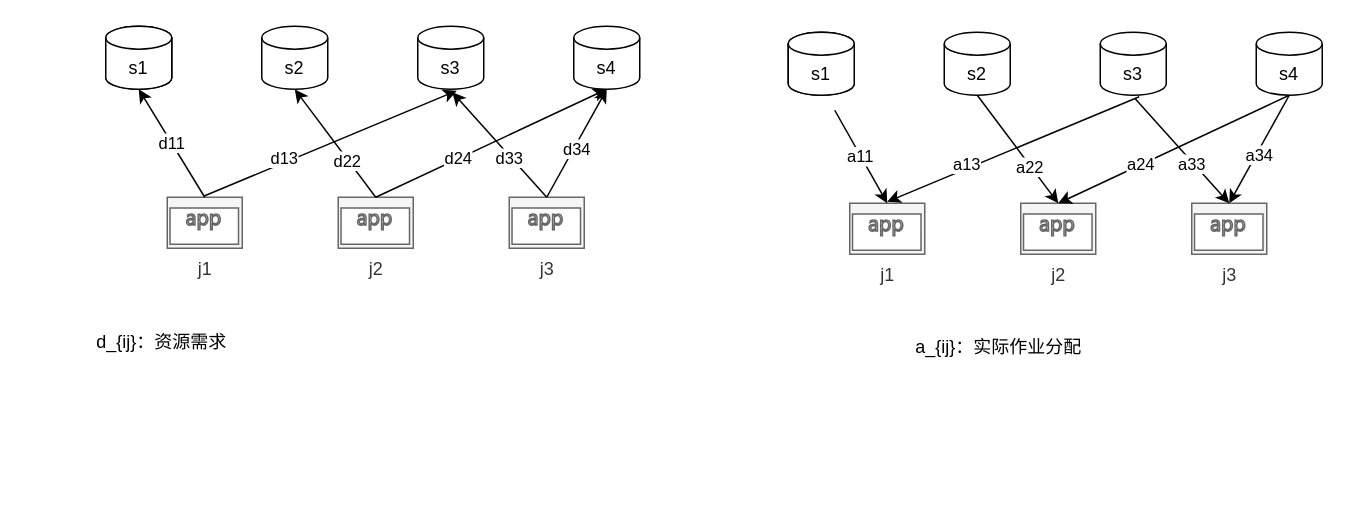
Before: page "max-min" (12 of 12) of DRL.drawio in zhangluting123/drawio, a draw.io diagram. Source tidied: cells renumbered, new cells numbered last; positions are measured from the earlier drawing's top-left corner, leaving out a move shared by most shapes. Both pictures are drawn from the tidied source at 150%, with x=0, y=0 at pixel (26, 26).
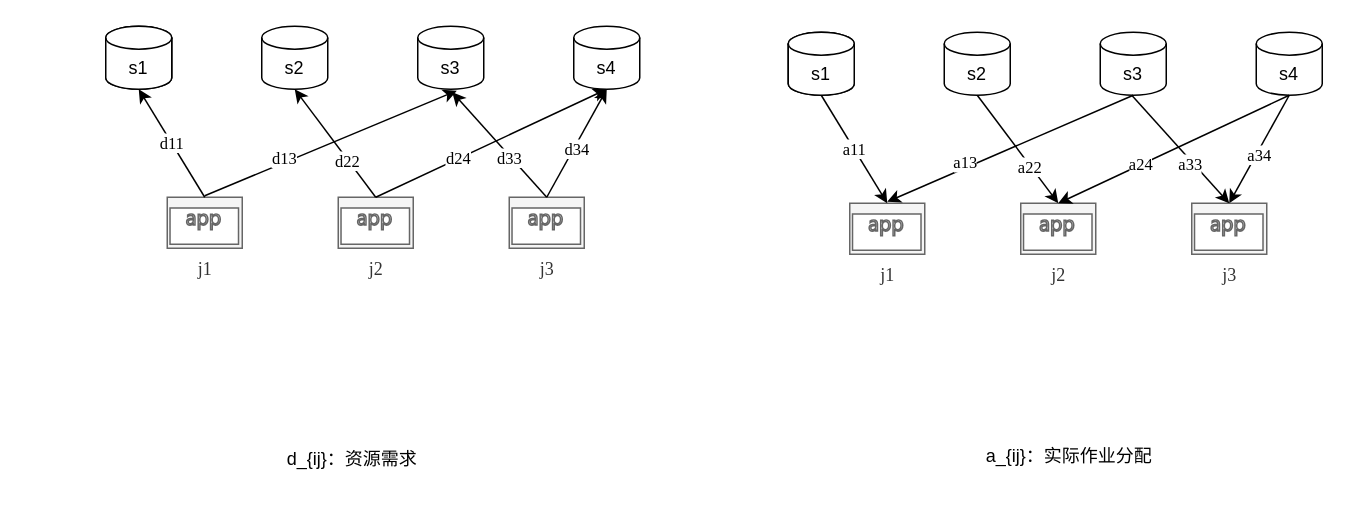
The same diagram, later.

The change refers to these unchanged cells:
```xml
<mxCell id="3" value="s1" style="shape=cylinder3;whiteSpace=wrap;html=1;boundedLbl=1;backgroundOutline=1;size=7.641334533691406;" parent="1" vertex="1">
  <mxGeometry x="53" width="44" height="42" as="geometry" />
</mxCell>
<mxCell id="6" value="s4" style="shape=cylinder3;whiteSpace=wrap;html=1;boundedLbl=1;backgroundOutline=1;size=7.641334533691406;" parent="1" vertex="1">
  <mxGeometry x="365" width="44" height="42" as="geometry" />
</mxCell>
<mxCell id="11" style="endArrow=classic;html=1;rounded=0;entryX=0.5;entryY=1;entryDx=0;entryDy=0;entryPerimeter=0;exitX=0.5;exitY=0;exitDx=0;exitDy=0;exitPerimeter=0;" parent="1" edge="1" source="8" target="4">
  <mxGeometry relative="1" as="geometry" />
</mxCell>
<mxCell id="15" style="endArrow=classic;html=1;rounded=0;entryX=0.5;entryY=1;entryDx=0;entryDy=0;entryPerimeter=0;exitX=0.5;exitY=0;exitDx=0;exitDy=0;exitPerimeter=0;" parent="1" edge="1" source="8" target="6">
  <mxGeometry relative="1" as="geometry" />
</mxCell>
<mxCell id="17" style="endArrow=classic;html=1;rounded=0;exitX=0.5;exitY=0;exitDx=0;exitDy=0;exitPerimeter=0;" parent="1" edge="1" source="9">
  <mxGeometry relative="1" as="geometry">
    <mxPoint x="284" y="44" as="targetPoint" />
  </mxGeometry>
</mxCell>
<mxCell id="23" value="s1" style="shape=cylinder3;whiteSpace=wrap;html=1;boundedLbl=1;backgroundOutline=1;size=7.641334533691406;" parent="1" vertex="1">
  <mxGeometry x="508" y="4" width="44" height="42" as="geometry" />
</mxCell>
<mxCell id="25" value="s3" style="shape=cylinder3;whiteSpace=wrap;html=1;boundedLbl=1;backgroundOutline=1;size=7.641334533691406;" parent="1" vertex="1">
  <mxGeometry x="716" y="4" width="44" height="42" as="geometry" />
</mxCell>
<mxCell id="26" value="s4" style="shape=cylinder3;whiteSpace=wrap;html=1;boundedLbl=1;backgroundOutline=1;size=7.641334533691406;" parent="1" vertex="1">
  <mxGeometry x="820" y="4" width="44" height="42" as="geometry" />
</mxCell>
<mxCell id="31" style="endArrow=none;html=1;rounded=0;entryX=0.5;entryY=1;entryDx=0;entryDy=0;entryPerimeter=0;exitX=0.5;exitY=0;exitDx=0;exitDy=0;exitPerimeter=0;startArrow=classic;startFill=1;endFill=0;" parent="1" edge="1" source="28" target="24">
  <mxGeometry relative="1" as="geometry" />
</mxCell>
<mxCell id="35" style="endArrow=none;html=1;rounded=0;entryX=0.5;entryY=1;entryDx=0;entryDy=0;entryPerimeter=0;exitX=0.5;exitY=0;exitDx=0;exitDy=0;exitPerimeter=0;startArrow=classic;startFill=1;endFill=0;" parent="1" edge="1" source="28" target="26">
  <mxGeometry relative="1" as="geometry" />
</mxCell>
```

What changed in the source:
```diff
@@
-    <mxCell id="7" value="j1" style="sketch=0;shadow=0;dashed=0;html=1;labelPosition=center;verticalLabelPosition=bottom;verticalAlign=top;align=center;shape=mxgraph.mscae.enterprise.application;fillColor=#f5f5f5;fontColor=#333333;strokeColor=#666666;" parent="1" vertex="1">
+    <mxCell id="7" value="j1" style="sketch=0;shadow=0;dashed=0;html=1;labelPosition=center;verticalLabelPosition=bottom;verticalAlign=top;align=center;shape=mxgraph.mscae.enterprise.application;fillColor=#f5f5f5;fontColor=#333333;strokeColor=#666666;fontFamily=Times New Roman;" parent="1" vertex="1">
       <mxGeometry x="94" y="114" width="50" height="34" as="geometry" />
     </mxCell>
-    <mxCell id="8" value="j2" style="sketch=0;shadow=0;dashed=0;html=1;labelPosition=center;verticalLabelPosition=bottom;verticalAlign=top;align=center;shape=mxgraph.mscae.enterprise.application;fillColor=#f5f5f5;fontColor=#333333;strokeColor=#666666;" parent="1" vertex="1">
+    <mxCell id="8" value="j2" style="sketch=0;shadow=0;dashed=0;html=1;labelPosition=center;verticalLabelPosition=bottom;verticalAlign=top;align=center;shape=mxgraph.mscae.enterprise.application;fillColor=#f5f5f5;fontColor=#333333;strokeColor=#666666;fontFamily=Times New Roman;" parent="1" vertex="1">
       <mxGeometry x="208" y="114" width="50" height="34" as="geometry" />
     </mxCell>
-    <mxCell id="9" value="j3" style="sketch=0;shadow=0;dashed=0;html=1;labelPosition=center;verticalLabelPosition=bottom;verticalAlign=top;align=center;shape=mxgraph.mscae.enterprise.application;fillColor=#f5f5f5;fontColor=#333333;strokeColor=#666666;" parent="1" vertex="1">
+    <mxCell id="9" value="j3" style="sketch=0;shadow=0;dashed=0;html=1;labelPosition=center;verticalLabelPosition=bottom;verticalAlign=top;align=center;shape=mxgraph.mscae.enterprise.application;fillColor=#f5f5f5;fontColor=#333333;strokeColor=#666666;fontFamily=Times New Roman;" parent="1" vertex="1">
       <mxGeometry x="322" y="114" width="50" height="34" as="geometry" />
     </mxCell>
-    <mxCell id="10" value="d11" style="endArrow=classic;html=1;rounded=0;entryX=0.5;entryY=1;entryDx=0;entryDy=0;entryPerimeter=0;exitX=0.5;exitY=0;exitDx=0;exitDy=0;exitPerimeter=0;" parent="1" edge="1" source="7" target="3">
+    <mxCell id="10" value="d11" style="endArrow=classic;html=1;rounded=0;entryX=0.5;entryY=1;entryDx=0;entryDy=0;entryPerimeter=0;exitX=0.5;exitY=0;exitDx=0;exitDy=0;exitPerimeter=0;fontFamily=Times New Roman;" parent="1" edge="1" source="7" target="3">
       <mxGeometry relative="1" as="geometry" />
     </mxCell>
@@
-    <mxCell id="12" value="d22" style="edgeLabel;html=1;align=center;verticalAlign=middle;" parent="11" vertex="1">
+    <mxCell id="12" value="d22" style="edgeLabel;html=1;align=center;verticalAlign=middle;fontFamily=Times New Roman;" parent="11" vertex="1">
       <mxGeometry x="-0.31" y="1" relative="1" as="geometry" />
     </mxCell>
-    <mxCell id="13" style="endArrow=classic;html=1;rounded=0;" parent="1" edge="1">
+    <mxCell id="13" style="endArrow=classic;html=1;rounded=0;fontFamily=Comic Sans MS;" parent="1" edge="1">
       <mxGeometry relative="1" as="geometry">
         <mxPoint x="119" y="113" as="sourcePoint" />
         <mxPoint x="287" y="43" as="targetPoint" />
       </mxGeometry>
     </mxCell>
-    <mxCell id="14" value="d13" style="edgeLabel;html=1;align=center;verticalAlign=middle;" parent="13" vertex="1">
+    <mxCell id="14" value="d13" style="edgeLabel;html=1;align=center;verticalAlign=middle;fontFamily=Times New Roman;" parent="13" vertex="1">
       <mxGeometry x="-0.43" y="1" relative="1" as="geometry">
         <mxPoint x="5" y="-5" as="offset" />
       </mxGeometry>
     </mxCell>
@@
-    <mxCell id="16" value="d24" style="edgeLabel;html=1;align=center;verticalAlign=middle;" parent="15" vertex="1">
+    <mxCell id="16" value="d24" style="edgeLabel;html=1;align=center;verticalAlign=middle;fontFamily=Times New Roman;" parent="15" vertex="1">
       <mxGeometry x="-0.37" y="2" relative="1" as="geometry">
         <mxPoint x="6" y="-2" as="offset" />
       </mxGeometry>
     </mxCell>
@@
-    <mxCell id="18" value="d33" style="edgeLabel;html=1;align=center;verticalAlign=middle;" parent="17" vertex="1">
+    <mxCell id="18" value="d33" style="edgeLabel;html=1;align=center;verticalAlign=middle;fontFamily=Times New Roman;" parent="17" vertex="1">
       <mxGeometry x="-0.23" y="1" relative="1" as="geometry">
         <mxPoint x="-1" as="offset" />
       </mxGeometry>
     </mxCell>
-    <mxCell id="19" value="d34" style="endArrow=classic;html=1;rounded=0;entryX=0.5;entryY=1;entryDx=0;entryDy=0;entryPerimeter=0;exitX=0.5;exitY=0;exitDx=0;exitDy=0;exitPerimeter=0;" parent="1" edge="1" source="9" target="6">
+    <mxCell id="19" value="d34" style="endArrow=classic;html=1;rounded=0;entryX=0.5;entryY=1;entryDx=0;entryDy=0;entryPerimeter=0;exitX=0.5;exitY=0;exitDx=0;exitDy=0;exitPerimeter=0;fontFamily=Times New Roman;" parent="1" edge="1" source="9" target="6">
       <mxGeometry x="-0.08" y="-2" relative="1" as="geometry" />
     </mxCell>
     <mxCell id="20" value="d_{ij}：资源需求" style="text;html=1;strokeColor=none;fillColor=none;align=center;verticalAlign=middle;whiteSpace=wrap;rounded=0;" parent="1" vertex="1">
-      <mxGeometry y="196" width="181" height="30" as="geometry" />
+      <mxGeometry x="127" y="274" width="181" height="30" as="geometry" />
     </mxCell>
     <mxCell id="21" value="a_{ij}：实际作业分配" style="text;html=1;strokeColor=none;fillColor=none;align=center;verticalAlign=middle;whiteSpace=wrap;rounded=0;" parent="1" vertex="1">
-      <mxGeometry x="558" y="199" width="181" height="30" as="geometry" />
+      <mxGeometry x="605" y="272" width="181" height="30" as="geometry" />
     </mxCell>
@@
-    <mxCell id="27" value="j1" style="sketch=0;shadow=0;dashed=0;html=1;labelPosition=center;verticalLabelPosition=bottom;verticalAlign=top;align=center;shape=mxgraph.mscae.enterprise.application;fillColor=#f5f5f5;fontColor=#333333;strokeColor=#666666;" parent="1" vertex="1">
+    <mxCell id="27" value="j1" style="sketch=0;shadow=0;dashed=0;html=1;labelPosition=center;verticalLabelPosition=bottom;verticalAlign=top;align=center;shape=mxgraph.mscae.enterprise.application;fillColor=#f5f5f5;fontColor=#333333;strokeColor=#666666;fontFamily=Times New Roman;" parent="1" vertex="1">
       <mxGeometry x="549" y="118" width="50" height="34" as="geometry" />
     </mxCell>
-    <mxCell id="28" value="j2" style="sketch=0;shadow=0;dashed=0;html=1;labelPosition=center;verticalLabelPosition=bottom;verticalAlign=top;align=center;shape=mxgraph.mscae.enterprise.application;fillColor=#f5f5f5;fontColor=#333333;strokeColor=#666666;" parent="1" vertex="1">
+    <mxCell id="28" value="j2" style="sketch=0;shadow=0;dashed=0;html=1;labelPosition=center;verticalLabelPosition=bottom;verticalAlign=top;align=center;shape=mxgraph.mscae.enterprise.application;fillColor=#f5f5f5;fontColor=#333333;strokeColor=#666666;fontFamily=Times New Roman;" parent="1" vertex="1">
       <mxGeometry x="663" y="118" width="50" height="34" as="geometry" />
     </mxCell>
-    <mxCell id="29" value="j3" style="sketch=0;shadow=0;dashed=0;html=1;labelPosition=center;verticalLabelPosition=bottom;verticalAlign=top;align=center;shape=mxgraph.mscae.enterprise.application;fillColor=#f5f5f5;fontColor=#333333;strokeColor=#666666;" parent="1" vertex="1">
+    <mxCell id="29" value="j3" style="sketch=0;shadow=0;dashed=0;html=1;labelPosition=center;verticalLabelPosition=bottom;verticalAlign=top;align=center;shape=mxgraph.mscae.enterprise.application;fillColor=#f5f5f5;fontColor=#333333;strokeColor=#666666;fontFamily=Times New Roman;" parent="1" vertex="1">
       <mxGeometry x="777" y="118" width="50" height="34" as="geometry" />
     </mxCell>
-    <mxCell id="30" value="a11" style="endArrow=none;html=1;rounded=0;exitX=0.5;exitY=0;exitDx=0;exitDy=0;exitPerimeter=0;endFill=0;startArrow=classic;startFill=1;" parent="1" edge="1" source="27">
-      <mxGeometry relative="1" as="geometry">
-        <mxPoint x="539" y="56" as="targetPoint" />
-      </mxGeometry>
+    <mxCell id="30" value="a11" style="endArrow=none;html=1;rounded=0;exitX=0.5;exitY=0;exitDx=0;exitDy=0;exitPerimeter=0;endFill=0;startArrow=classic;startFill=1;fontFamily=Times New Roman;entryX=0.5;entryY=1;entryDx=0;entryDy=0;entryPerimeter=0;" parent="1" edge="1" source="27" target="23">
+      <mxGeometry relative="1" as="geometry" />
     </mxCell>
@@
-    <mxCell id="32" value="a22" style="edgeLabel;html=1;align=center;verticalAlign=middle;" parent="31" vertex="1">
+    <mxCell id="32" value="a22" style="edgeLabel;html=1;align=center;verticalAlign=middle;fontFamily=Times New Roman;" parent="31" vertex="1">
       <mxGeometry x="-0.31" y="1" relative="1" as="geometry" />
     </mxCell>
-    <mxCell id="33" style="endArrow=none;html=1;rounded=0;startArrow=classic;startFill=1;endFill=0;" parent="1" edge="1">
+    <mxCell id="33" style="endArrow=none;html=1;rounded=0;startArrow=classic;startFill=1;endFill=0;fontFamily=Times New Roman;entryX=0.5;entryY=1;entryDx=0;entryDy=0;entryPerimeter=0;" parent="1" edge="1" target="25">
       <mxGeometry relative="1" as="geometry">
         <mxPoint x="574" y="117" as="sourcePoint" />
-        <mxPoint x="742" y="47" as="targetPoint" />
       </mxGeometry>
     </mxCell>
-    <mxCell id="34" value="a13" style="edgeLabel;html=1;align=center;verticalAlign=middle;" parent="33" vertex="1">
+    <mxCell id="34" value="a13" style="edgeLabel;html=1;align=center;verticalAlign=middle;fontFamily=Times New Roman;" parent="33" vertex="1">
       <mxGeometry x="-0.43" y="1" relative="1" as="geometry">
         <mxPoint x="5" y="-5" as="offset" />
       </mxGeometry>
     </mxCell>
@@
-    <mxCell id="36" value="a24" style="edgeLabel;html=1;align=center;verticalAlign=middle;" parent="35" vertex="1">
+    <mxCell id="36" value="a24" style="edgeLabel;html=1;align=center;verticalAlign=middle;fontFamily=Times New Roman;" parent="35" vertex="1">
       <mxGeometry x="-0.37" y="2" relative="1" as="geometry">
         <mxPoint x="6" y="-2" as="offset" />
       </mxGeometry>
     </mxCell>
     <mxCell id="37" style="endArrow=none;html=1;rounded=0;exitX=0.5;exitY=0;exitDx=0;exitDy=0;exitPerimeter=0;startArrow=classic;startFill=1;endFill=0;" parent="1" edge="1" source="29">
       <mxGeometry relative="1" as="geometry">
-        <mxPoint x="739" y="48" as="targetPoint" />
+        <mxPoint x="737" y="46" as="targetPoint" />
       </mxGeometry>
     </mxCell>
-    <mxCell id="38" value="a33" style="edgeLabel;html=1;align=center;verticalAlign=middle;" parent="37" vertex="1">
+    <mxCell id="38" value="a33" style="edgeLabel;html=1;align=center;verticalAlign=middle;fontFamily=Times New Roman;" parent="37" vertex="1">
       <mxGeometry x="-0.23" y="1" relative="1" as="geometry">
         <mxPoint x="-1" as="offset" />
       </mxGeometry>
     </mxCell>
-    <mxCell id="39" value="a34" style="endArrow=none;html=1;rounded=0;entryX=0.5;entryY=1;entryDx=0;entryDy=0;entryPerimeter=0;exitX=0.5;exitY=0;exitDx=0;exitDy=0;exitPerimeter=0;startArrow=classic;startFill=1;endFill=0;" parent="1" edge="1" source="29" target="26">
+    <mxCell id="39" value="a34" style="endArrow=none;html=1;rounded=0;entryX=0.5;entryY=1;entryDx=0;entryDy=0;entryPerimeter=0;exitX=0.5;exitY=0;exitDx=0;exitDy=0;exitPerimeter=0;startArrow=classic;startFill=1;endFill=0;fontFamily=Times New Roman;" parent="1" edge="1" source="29" target="26">
       <mxGeometry x="-0.08" y="-2" relative="1" as="geometry" />
     </mxCell>
```
